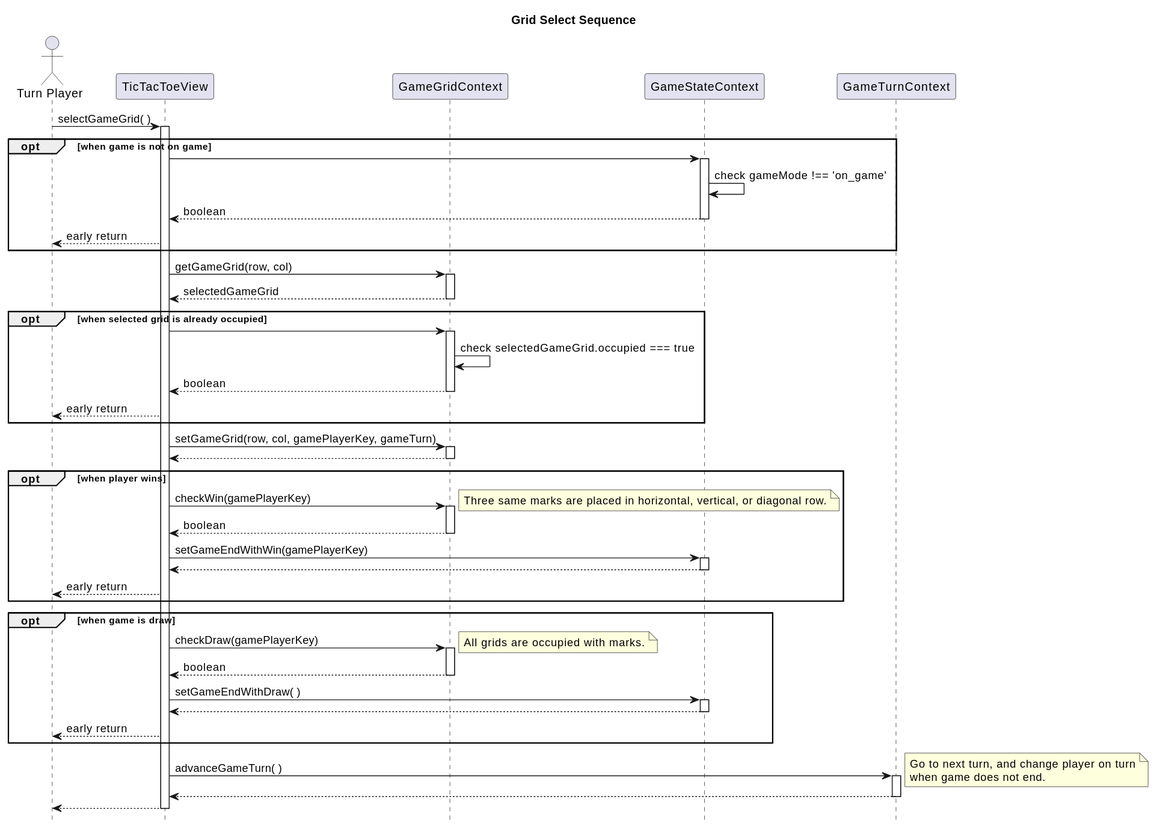
Above: tic-tac-toe/doc/selectGameGrid.svg in hi2k1978/react-samples (PlantUML), before the change.
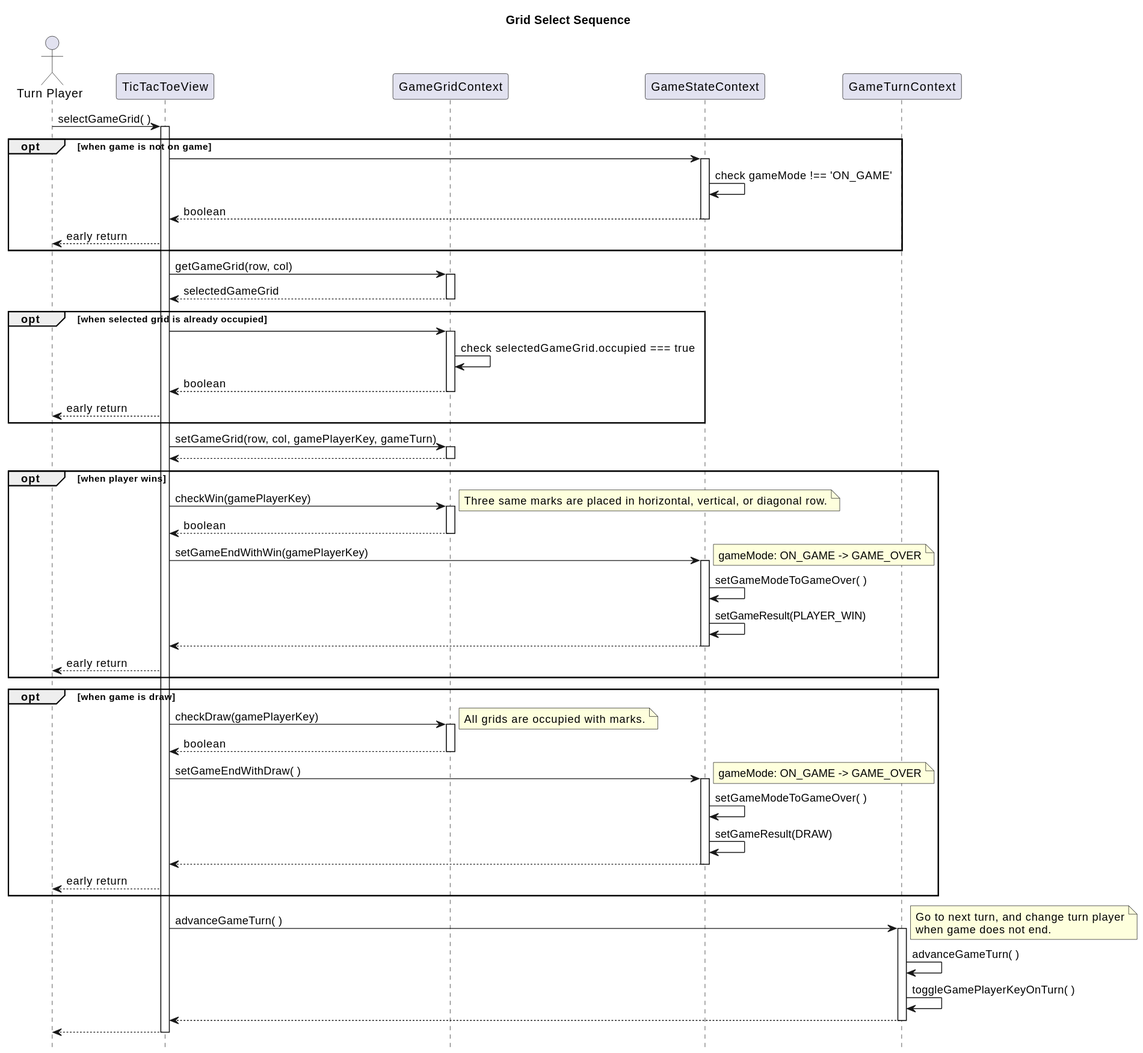
The same file after the commit.

Change to the diagram source:
```diff
@@ -14,7 +14,7 @@
 opt when game is not on game
     TicTacToeView -> GameState:
     activate GameState
-    GameState -> GameState: check gameMode !== 'on_game'
+    GameState -> GameState: check gameMode !== 'ON_GAME'
     GameState --> TicTacToeView: boolean
     deactivate GameState
     TicTacToeView --> Player: early return
@@ -49,7 +49,12 @@
     deactivate GameGrid
 
     TicTacToeView -> GameState: setGameEndWithWin(gamePlayerKey)
+    note right
+    	 gameMode: ON_GAME -> GAME_OVER
+    end note
     activate GameState
+    GameState -> GameState: setGameModeToGameOver( )
+    GameState -> GameState: setGameResult(PLAYER_WIN)
     GameState --> TicTacToeView
     deactivate GameState
     TicTacToeView --> Player: early return
@@ -65,7 +70,12 @@
     deactivate GameGrid
 
     TicTacToeView -> GameState: setGameEndWithDraw( )
+    note right
+    	 gameMode: ON_GAME -> GAME_OVER
+    end note
     activate GameState
+    GameState -> GameState: setGameModeToGameOver( )
+    GameState -> GameState: setGameResult(DRAW)
     GameState --> TicTacToeView
     deactivate GameState
     TicTacToeView --> Player: early return
@@ -73,10 +83,12 @@
 
 TicTacToeView -> GameTurn: advanceGameTurn( )
 note right
-     Go to next turn, and change player on turn
+     Go to next turn, and change turn player
      when game does not end.
 end note
 activate GameTurn
+GameTurn -> GameTurn: advanceGameTurn( )
+GameTurn -> GameTurn: toggleGamePlayerKeyOnTurn( )
 GameTurn --> TicTacToeView
 deactivate GameTurn
 
```
